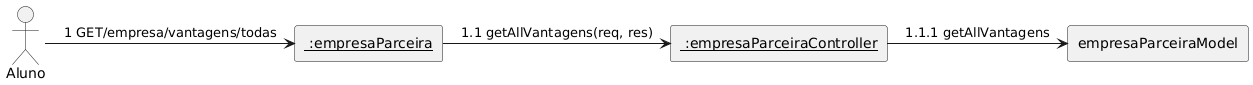
This is laboratorio3/projeto/DiagramaDeComunicacao/listagemVantagensAluno/listagemVantagensAluno.png from mmhqs/lab-desenvolvimento-software, a PlantUML export, as it was before one commit. Its source is kept beside it as laboratorio3/projeto/DiagramaDeComunicacao/listagemVantagensAluno/listagemVantagensAluno.wsd.
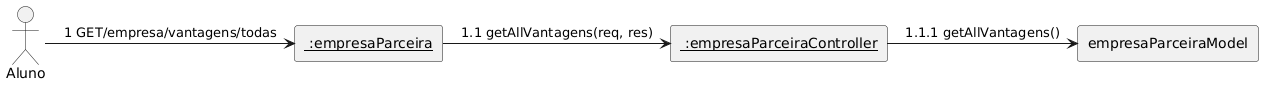
The same file after the commit.

What changed in the source:
```diff
@@ -7,5 +7,5 @@
 
 aluno -right-> routes: 1 GET/empresa/vantagens/todas
 routes -right-> controller: 1.1 getAllVantagens(req, res)
-controller -right-> model: 1.1.1 getAllVantagens
+controller -right-> model: 1.1.1 getAllVantagens()
 @enduml
```
